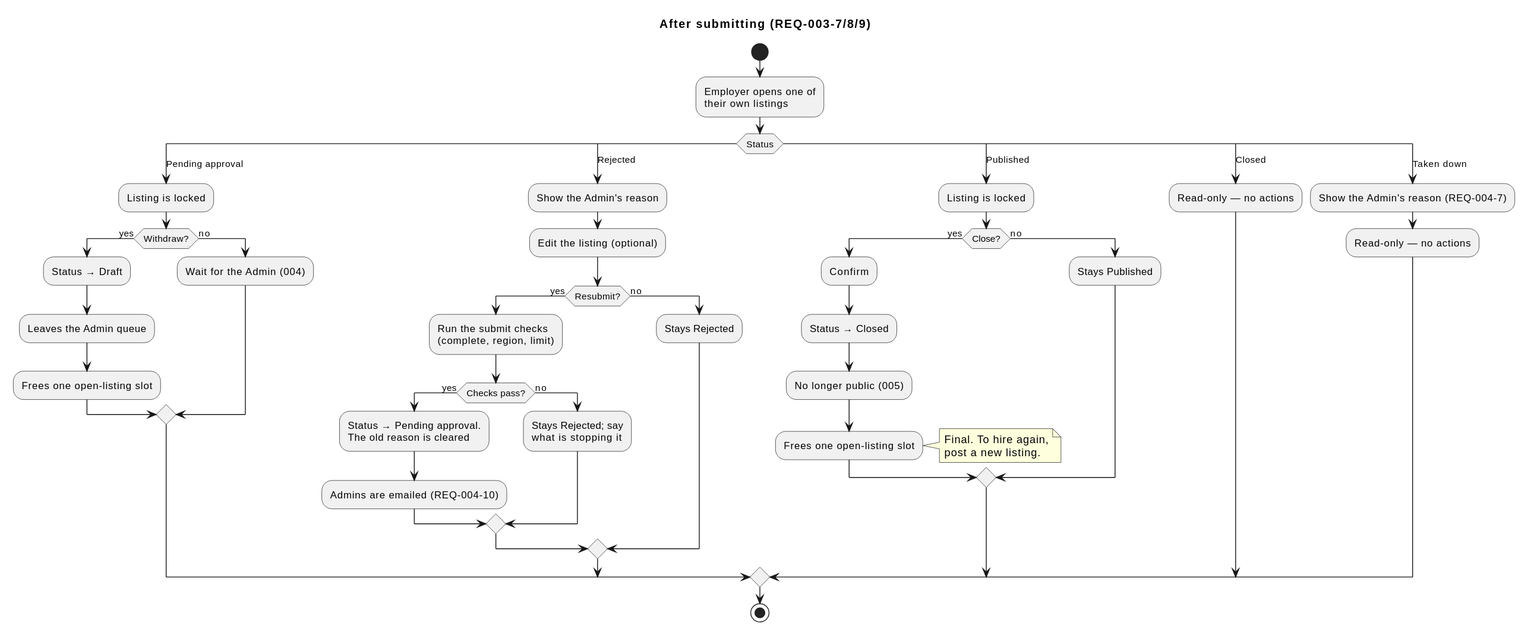
The PlantUML diagram docs/specs/003-listings-employer-posting/diagrams/activity-after-submitting.svg in raseniero/jairojobs-elixir, before a commit.
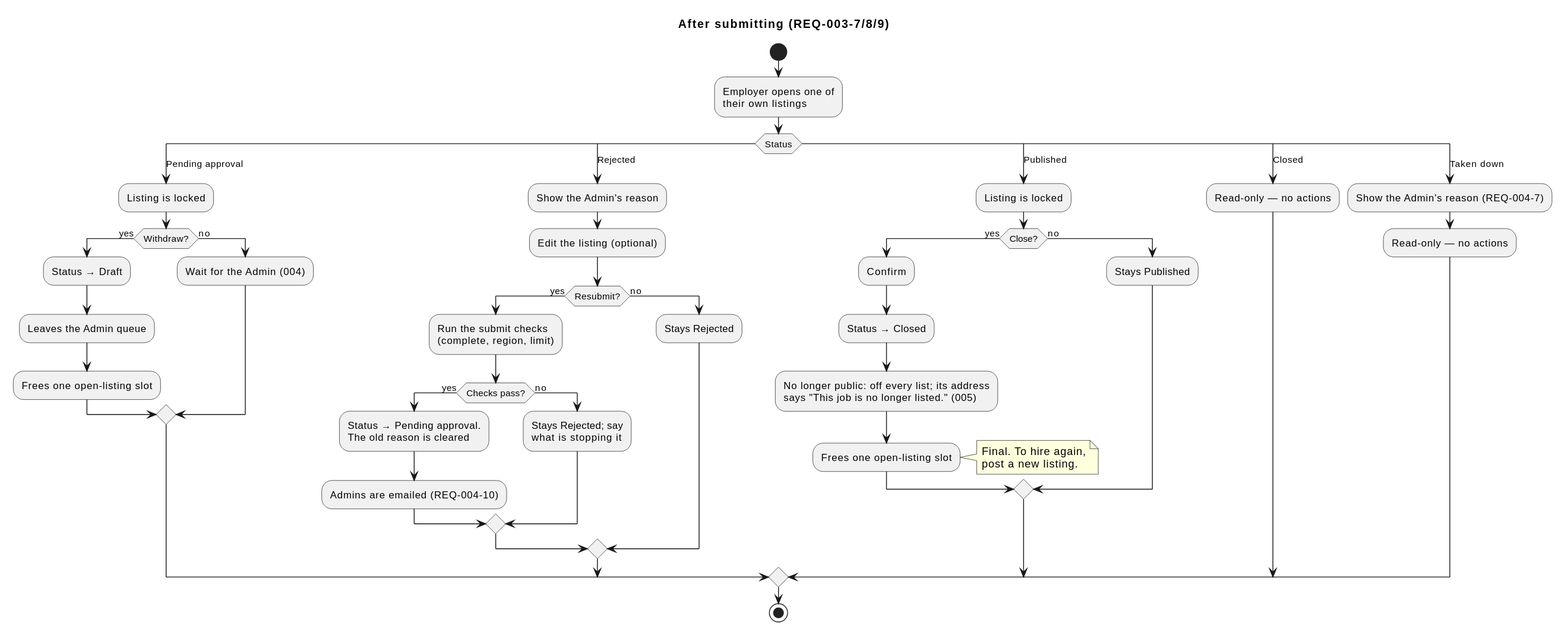
After the commit.

Diff of the diagram source:
```diff
@@ -36,7 +36,8 @@
   if (Close?) then (yes)
     :Confirm;
     :Status → Closed;
-    :No longer public (005);
+    :No longer public: off every list; its address
+    says "This job is no longer listed." (005);
     :Frees one open-listing slot;
     note right
       Final. To hire again,
```
